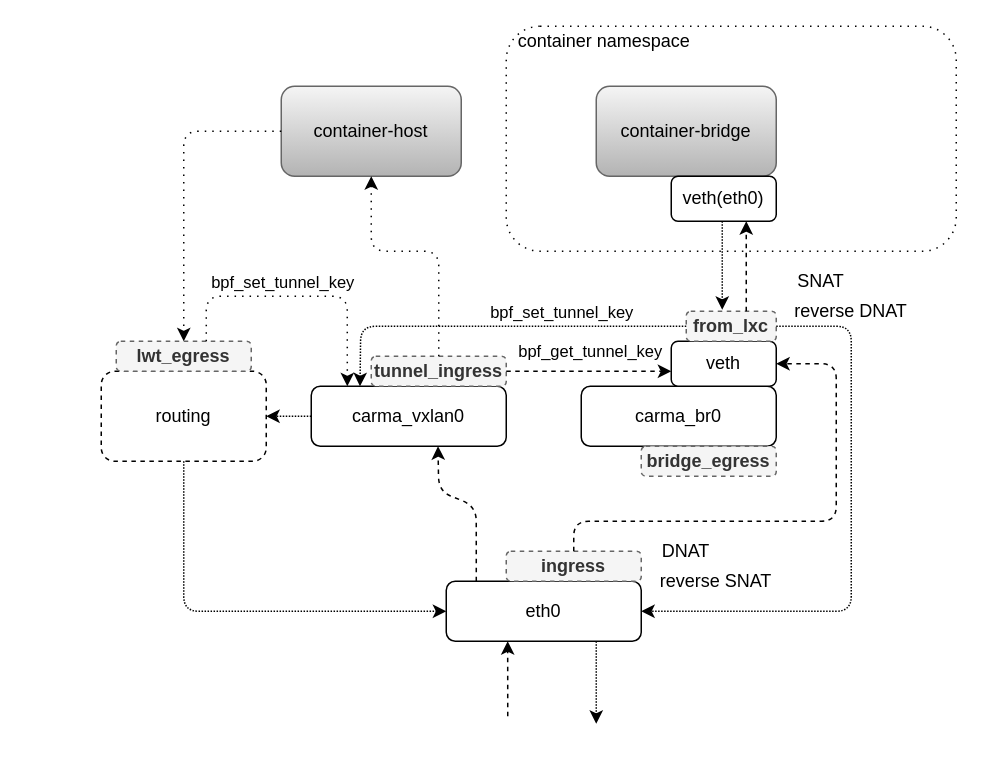
The draw.io diagram host-overlay-flow.drawio in AirbornWdd/doc, before the edit. Source tidied: cells renumbered, new cells numbered last; positions are measured from the earlier drawing's top-left corner, leaving out a move shared by most shapes. Both pictures are drawn from the tidied source at 150%, with x=0, y=0 at pixel (100, 26).
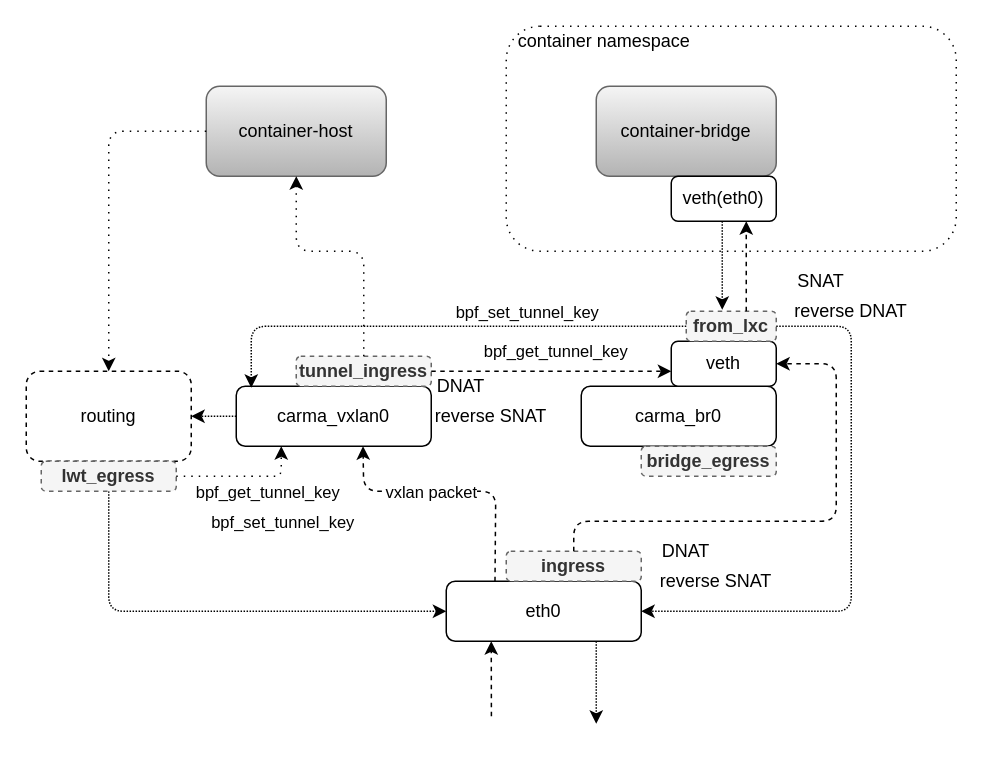
After the change.

Unchanged cells that the change refers to:
```xml
<mxCell id="8" value="&lt;b&gt;from_lxc&lt;/b&gt;" style="rounded=1;whiteSpace=wrap;html=1;fillColor=#f5f5f5;strokeColor=#666666;fontColor=#333333;dashed=1;" parent="1" vertex="1">
  <mxGeometry x="390" y="190" width="60" height="20" as="geometry" />
</mxCell>
<mxCell id="10" value="eth0" style="rounded=1;whiteSpace=wrap;html=1;" parent="1" vertex="1">
  <mxGeometry x="230" y="370" width="130" height="40" as="geometry" />
</mxCell>
```

What changed in the source:
```diff
@@
     <mxCell id="3" value="container-host" style="rounded=1;whiteSpace=wrap;html=1;gradientColor=#b3b3b3;fillColor=#f5f5f5;strokeColor=#666666;" parent="1" vertex="1">
-      <mxGeometry x="120" y="40" width="120" height="60" as="geometry" />
+      <mxGeometry x="70" y="40" width="120" height="60" as="geometry" />
     </mxCell>
@@
     <mxCell id="17" value="carma_vxlan0" style="rounded=1;whiteSpace=wrap;html=1;" parent="1" vertex="1">
-      <mxGeometry x="140" y="240" width="130" height="40" as="geometry" />
+      <mxGeometry x="90" y="240" width="130" height="40" as="geometry" />
     </mxCell>
     <mxCell id="18" value="&lt;b&gt;tunnel_ingress&lt;/b&gt;" style="rounded=1;whiteSpace=wrap;html=1;fillColor=#f5f5f5;strokeColor=#666666;fontColor=#333333;dashed=1;" parent="1" vertex="1">
-      <mxGeometry x="180" y="220" width="90" height="20" as="geometry" />
+      <mxGeometry x="130" y="220" width="90" height="20" as="geometry" />
     </mxCell>
@@
-    <mxCell id="22" style="endArrow=classic;html=1;entryX=0.25;entryY=0;entryDx=0;entryDy=0;dashed=1;dashPattern=1 1;exitX=0;exitY=0.5;exitDx=0;exitDy=0;" parent="1" edge="1" source="8" target="17">
+    <mxCell id="22" style="endArrow=classic;html=1;entryX=0.077;entryY=0.025;entryDx=0;entryDy=0;dashed=1;dashPattern=1 1;exitX=0;exitY=0.5;exitDx=0;exitDy=0;entryPerimeter=0;" parent="1" edge="1" source="8" target="17">
       <mxGeometry relative="1" as="geometry">
         <Array as="points">
           <mxPoint x="310" y="200" />
-          <mxPoint x="173" y="200" />
+          <mxPoint x="100" y="200" />
         </Array>
       </mxGeometry>
     </mxCell>
@@
     <mxCell id="25" value="bpf_set_tunnel_key" style="edgeLabel;html=1;align=center;verticalAlign=middle;" parent="22" vertex="1">
       <mxGeometry x="-0.38" relative="1" as="geometry">
-        <mxPoint x="-190" y="-30" as="offset" />
+        <mxPoint x="-167" y="130" as="offset" />
       </mxGeometry>
     </mxCell>
+    <mxCell id="38" value="bpf_get_tunnel_key" style="edgeLabel;html=1;align=center;verticalAlign=middle;" parent="22" vertex="1">
+      <mxGeometry x="-0.38" relative="1" as="geometry">
+        <mxPoint x="-177" y="110" as="offset" />
+      </mxGeometry>
+    </mxCell>
     <mxCell id="26" value="routing" style="rounded=1;whiteSpace=wrap;html=1;dashed=1;" parent="1" vertex="1">
-      <mxGeometry y="230" width="110" height="60" as="geometry" />
+      <mxGeometry x="-50" y="230" width="110" height="60" as="geometry" />
     </mxCell>
@@
     <mxCell id="28" style="endArrow=classic;html=1;entryX=0;entryY=0.5;entryDx=0;entryDy=0;dashed=1;dashPattern=1 1;exitX=0.5;exitY=1;exitDx=0;exitDy=0;" parent="1" edge="1" source="26" target="10">
       <mxGeometry relative="1" as="geometry">
         <Array as="points">
-          <mxPoint x="55" y="390" />
+          <mxPoint x="5" y="390" />
         </Array>
       </mxGeometry>
     </mxCell>
-    <mxCell id="29" style="endArrow=classic;html=1;entryX=0.315;entryY=1;entryDx=0;entryDy=0;dashed=1;entryPerimeter=0;" parent="1" edge="1" target="10">
+    <mxCell id="29" style="endArrow=classic;html=1;entryX=0.315;entryY=1;entryDx=0;entryDy=0;dashed=1;entryPerimeter=0;" parent="1" edge="1">
       <mxGeometry relative="1" as="geometry">
-        <mxPoint x="271" y="460" as="sourcePoint" />
+        <mxPoint x="260.1" y="460" as="sourcePoint" />
+        <mxPoint x="260" y="410" as="targetPoint" />
       </mxGeometry>
     </mxCell>
@@
-    <mxCell id="32" style="endArrow=classic;html=1;entryX=0.315;entryY=1;entryDx=0;entryDy=0;dashed=1;entryPerimeter=0;exitX=0.154;exitY=0;exitDx=0;exitDy=0;exitPerimeter=0;" parent="1" edge="1" source="10">
+    <mxCell id="32" style="endArrow=classic;html=1;entryX=0.315;entryY=1;entryDx=0;entryDy=0;dashed=1;entryPerimeter=0;exitX=0.25;exitY=0;exitDx=0;exitDy=0;" parent="1" edge="1" source="10">
       <mxGeometry relative="1" as="geometry">
-        <mxPoint x="224.5" y="280" as="targetPoint" />
+        <mxPoint x="174.5" y="280" as="targetPoint" />
         <Array as="points">
-          <mxPoint x="250" y="320" />
-          <mxPoint x="225" y="310" />
+          <mxPoint x="263" y="310" />
+          <mxPoint x="175" y="310" />
         </Array>
       </mxGeometry>
     </mxCell>
+    <mxCell id="39" value="vxlan packet" style="edgeLabel;html=1;align=center;verticalAlign=middle;" parent="32" vertex="1">
+      <mxGeometry x="-0.34" y="22" relative="1" as="geometry">
+        <mxPoint x="-21" y="-0.8" as="offset" />
+      </mxGeometry>
+    </mxCell>
@@
     <mxCell id="34" value="&lt;b&gt;lwt_egress&lt;/b&gt;" style="rounded=1;whiteSpace=wrap;html=1;fillColor=#f5f5f5;strokeColor=#666666;fontColor=#333333;dashed=1;" parent="1" vertex="1">
-      <mxGeometry x="10" y="210" width="90" height="20" as="geometry" />
+      <mxGeometry x="-40" y="290" width="90" height="20" as="geometry" />
     </mxCell>
-    <mxCell id="35" style="endArrow=classic;html=1;entryX=0.5;entryY=0;entryDx=0;entryDy=0;dashed=1;dashPattern=1 4;exitX=0;exitY=0.5;exitDx=0;exitDy=0;" parent="1" edge="1" source="3" target="34">
+    <mxCell id="35" style="endArrow=classic;html=1;dashed=1;dashPattern=1 4;exitX=0;exitY=0.5;exitDx=0;exitDy=0;" parent="1" edge="1" source="3">
       <mxGeometry relative="1" as="geometry">
+        <mxPoint x="5" y="230" as="targetPoint" />
         <Array as="points">
-          <mxPoint x="55" y="70" />
+          <mxPoint x="5" y="70" />
         </Array>
       </mxGeometry>
     </mxCell>
-    <mxCell id="36" style="endArrow=classic;html=1;entryX=0.185;entryY=0;entryDx=0;entryDy=0;dashed=1;dashPattern=1 4;exitX=0.667;exitY=0;exitDx=0;exitDy=0;entryPerimeter=0;exitPerimeter=0;" parent="1" edge="1" source="34" target="17">
+    <mxCell id="36" style="endArrow=classic;html=1;dashed=1;dashPattern=1 4;exitX=1;exitY=0.5;exitDx=0;exitDy=0;" parent="1" edge="1" source="34">
       <mxGeometry relative="1" as="geometry">
+        <mxPoint x="120" y="280" as="targetPoint" />
         <Array as="points">
-          <mxPoint x="70" y="180" />
-          <mxPoint x="164" y="180" />
+          <mxPoint x="110" y="300" />
+          <mxPoint x="120" y="300" />
         </Array>
       </mxGeometry>
     </mxCell>
     <mxCell id="37" style="endArrow=classic;html=1;entryX=0.5;entryY=1;entryDx=0;entryDy=0;dashed=1;dashPattern=1 4;exitX=0.5;exitY=0;exitDx=0;exitDy=0;" parent="1" edge="1" source="18" target="3">
       <mxGeometry relative="1" as="geometry">
         <Array as="points">
-          <mxPoint x="225" y="150" />
-          <mxPoint x="180" y="150" />
+          <mxPoint x="175" y="150" />
+          <mxPoint x="130" y="150" />
         </Array>
       </mxGeometry>
     </mxCell>
+    <mxCell id="40" value="DNAT" style="text;html=1;strokeColor=none;fillColor=none;align=center;verticalAlign=middle;whiteSpace=wrap;rounded=0;dashed=1;" parent="1" vertex="1">
+      <mxGeometry x="220" y="230" width="40" height="20" as="geometry" />
+    </mxCell>
+    <mxCell id="41" value="reverse SNAT" style="text;html=1;strokeColor=none;fillColor=none;align=center;verticalAlign=middle;whiteSpace=wrap;rounded=0;dashed=1;" parent="1" vertex="1">
+      <mxGeometry x="220" y="250" width="80" height="20" as="geometry" />
+    </mxCell>
```
